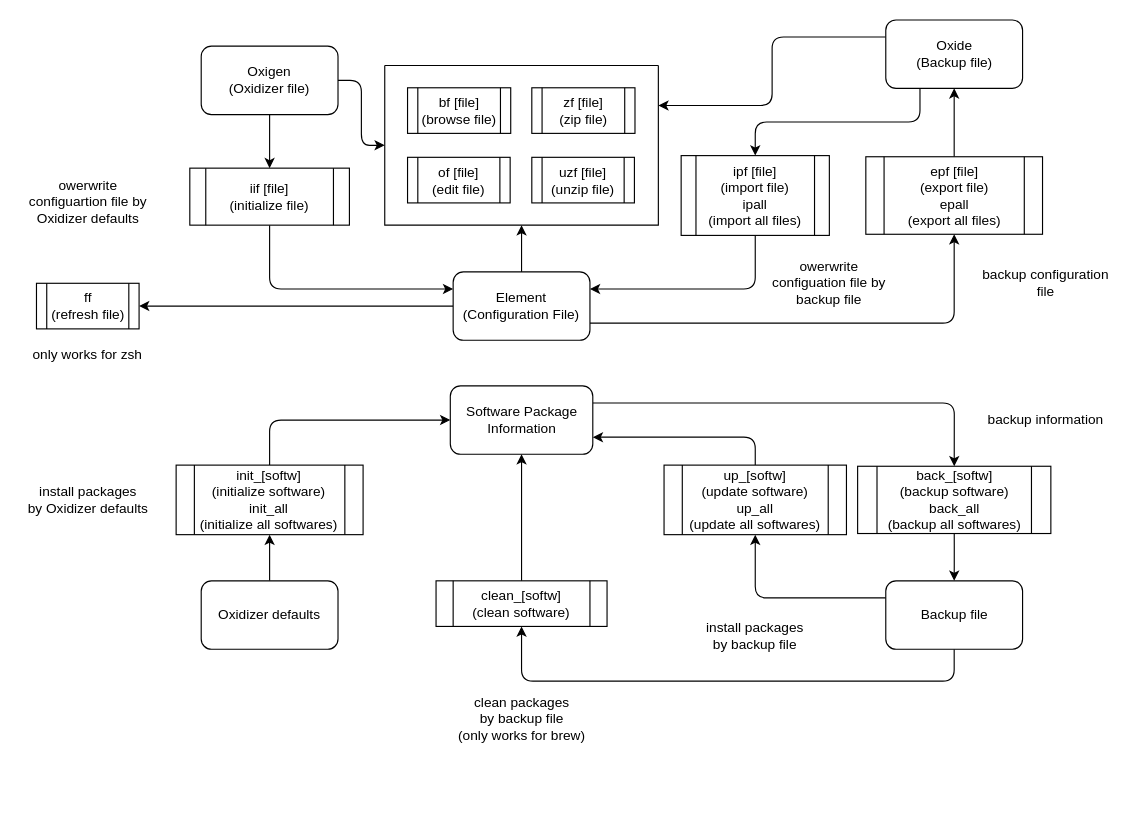
Before: design.drawio in ivaquero/backup, a draw.io diagram. Source tidied: cells renumbered, new cells numbered last; positions are measured from the earlier drawing's top-left corner, leaving out a move shared by most shapes. Both pictures are drawn from the tidied source at 114%, with x=0, y=0 at pixel (19, 19).
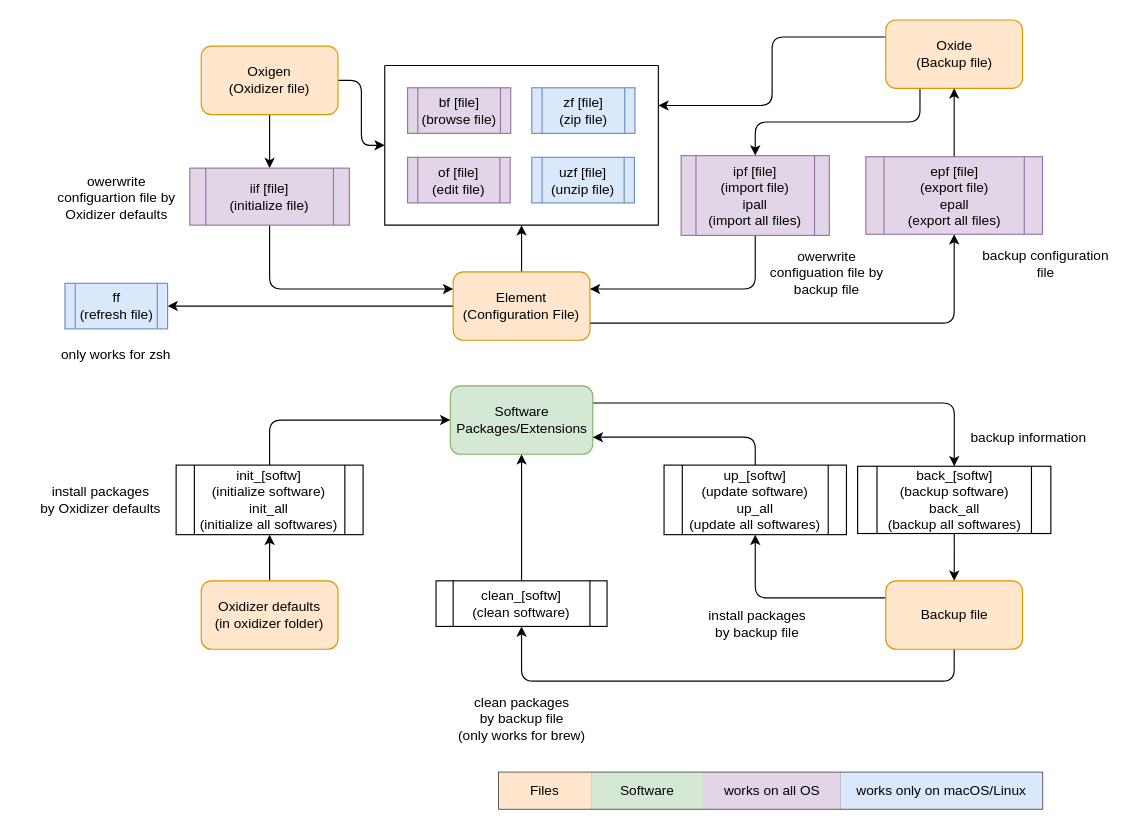
Above is the later version.

Unchanged cells that the change refers to:
```xml
<mxCell id="42" style="swimlane;startSize=0;" parent="1" vertex="1">
  <mxGeometry x="320" y="40" width="240" height="140" as="geometry" />
</mxCell>
```

Diff of the diagram source:
```diff
@@
-    <mxCell id="5" value="Element&lt;br&gt;(Configuration File)" style="rounded=1;whiteSpace=wrap;html=1;" parent="1" vertex="1">
+    <mxCell id="5" value="Element&lt;br&gt;(Configuration File)" style="rounded=1;whiteSpace=wrap;html=1;fillColor=#ffe6cc;strokeColor=#d79b00;" parent="1" vertex="1">
       <mxGeometry x="380" y="221" width="120" height="60" as="geometry" />
     </mxCell>
@@
-    <mxCell id="8" value="Oxide&lt;br&gt;(Backup file)" style="rounded=1;whiteSpace=wrap;html=1;" parent="1" vertex="1">
+    <mxCell id="8" value="Oxide&lt;br&gt;(Backup file)" style="rounded=1;whiteSpace=wrap;html=1;fillColor=#ffe6cc;strokeColor=#d79b00;" parent="1" vertex="1">
       <mxGeometry x="759.5" width="120" height="60" as="geometry" />
     </mxCell>
@@
-    <mxCell id="11" value="Oxigen&lt;br&gt;(Oxidizer file)" style="rounded=1;whiteSpace=wrap;html=1;" parent="1" vertex="1">
+    <mxCell id="11" value="Oxigen&lt;br&gt;(Oxidizer file)" style="rounded=1;whiteSpace=wrap;html=1;fillColor=#ffe6cc;strokeColor=#d79b00;" parent="1" vertex="1">
       <mxGeometry x="159" y="23" width="120" height="60" as="geometry" />
     </mxCell>
@@
-    <mxCell id="13" value="iif [file]&lt;br&gt;(initialize file)" style="shape=process;whiteSpace=wrap;html=1;backgroundOutline=1;" parent="1" vertex="1">
+    <mxCell id="13" value="iif [file]&lt;br&gt;(initialize file)" style="shape=process;whiteSpace=wrap;html=1;backgroundOutline=1;fillColor=#e1d5e7;strokeColor=#9673a6;" parent="1" vertex="1">
       <mxGeometry x="149" y="130" width="140" height="50" as="geometry" />
     </mxCell>
     <mxCell id="14" value="owerwrite configuartion file by Oxidizer defaults" style="text;html=1;strokeColor=none;fillColor=none;align=center;verticalAlign=middle;whiteSpace=wrap;rounded=0;" parent="1" vertex="1">
-      <mxGeometry x="-0.5" y="130" width="120" height="60" as="geometry" />
+      <mxGeometry x="24.5" y="126" width="120" height="60" as="geometry" />
     </mxCell>
@@
-    <mxCell id="16" value="epf [file]&lt;br&gt;(export file)&lt;br&gt;epall&lt;br&gt;(export all files)" style="shape=process;whiteSpace=wrap;html=1;backgroundOutline=1;" parent="1" vertex="1">
+    <mxCell id="16" value="epf [file]&lt;br&gt;(export file)&lt;br&gt;epall&lt;br&gt;(export all files)" style="shape=process;whiteSpace=wrap;html=1;backgroundOutline=1;fillColor=#e1d5e7;strokeColor=#9673a6;" parent="1" vertex="1">
       <mxGeometry x="742" y="120" width="155" height="68" as="geometry" />
     </mxCell>
     <mxCell id="17" value="backup configuration file" style="text;html=1;strokeColor=none;fillColor=none;align=center;verticalAlign=middle;whiteSpace=wrap;rounded=0;" parent="1" vertex="1">
-      <mxGeometry x="840" y="211" width="120" height="40" as="geometry" />
+      <mxGeometry x="840" y="194" width="120" height="40" as="geometry" />
     </mxCell>
@@
-    <mxCell id="19" value="ipf [file]&lt;br&gt;(import file)&lt;br&gt;ipall&lt;br&gt;(import all files)" style="shape=process;whiteSpace=wrap;html=1;backgroundOutline=1;" parent="1" vertex="1">
+    <mxCell id="19" value="ipf [file]&lt;br&gt;(import file)&lt;br&gt;ipall&lt;br&gt;(import all files)" style="shape=process;whiteSpace=wrap;html=1;backgroundOutline=1;fillColor=#e1d5e7;strokeColor=#9673a6;" parent="1" vertex="1">
       <mxGeometry x="580" y="119" width="130" height="70" as="geometry" />
     </mxCell>
     <mxCell id="20" value="owerwrite configuation file by backup file" style="text;html=1;strokeColor=none;fillColor=none;align=center;verticalAlign=middle;whiteSpace=wrap;rounded=0;" parent="1" vertex="1">
-      <mxGeometry x="650" y="201" width="120" height="60" as="geometry" />
+      <mxGeometry x="648" y="192" width="120" height="60" as="geometry" />
     </mxCell>
@@
-    <mxCell id="22" value="Software Package&lt;br&gt;Information" style="rounded=1;whiteSpace=wrap;html=1;" parent="1" vertex="1">
+    <mxCell id="22" value="Software &lt;br&gt;Packages/Extensions" style="rounded=1;whiteSpace=wrap;html=1;fillColor=#d5e8d4;strokeColor=#82b366;" parent="1" vertex="1">
       <mxGeometry x="377.5" y="321" width="125" height="60" as="geometry" />
     </mxCell>
@@
-    <mxCell id="26" value="Oxidizer defaults" style="rounded=1;whiteSpace=wrap;html=1;" parent="1" vertex="1">
+    <mxCell id="26" value="Oxidizer defaults&lt;br&gt;(in oxidizer folder)" style="rounded=1;whiteSpace=wrap;html=1;fillColor=#ffe6cc;strokeColor=#d79b00;" parent="1" vertex="1">
       <mxGeometry x="159" y="492" width="120" height="60" as="geometry" />
     </mxCell>
@@
-    <mxCell id="29" value="Backup file" style="rounded=1;whiteSpace=wrap;html=1;" parent="1" vertex="1">
+    <mxCell id="29" value="Backup file" style="rounded=1;whiteSpace=wrap;html=1;fillColor=#ffe6cc;strokeColor=#d79b00;" parent="1" vertex="1">
       <mxGeometry x="759.5" y="492" width="120" height="60" as="geometry" />
     </mxCell>
@@
     <mxCell id="34" value="backup information" style="text;html=1;strokeColor=none;fillColor=none;align=center;verticalAlign=middle;whiteSpace=wrap;rounded=0;" parent="1" vertex="1">
-      <mxGeometry x="840" y="331" width="120" height="40" as="geometry" />
+      <mxGeometry x="825" y="347" width="120" height="40" as="geometry" />
     </mxCell>
     <mxCell id="35" value="install packages&lt;br&gt;by Oxidizer defaults" style="text;html=1;strokeColor=none;fillColor=none;align=center;verticalAlign=middle;whiteSpace=wrap;rounded=0;" parent="1" vertex="1">
-      <mxGeometry x="-0.5" y="396.5" width="120" height="49" as="geometry" />
+      <mxGeometry x="10.5" y="396.5" width="120" height="49" as="geometry" />
     </mxCell>
     <mxCell id="36" value="install packages&lt;br&gt;by backup file" style="text;html=1;strokeColor=none;fillColor=none;align=center;verticalAlign=middle;whiteSpace=wrap;rounded=0;" parent="1" vertex="1">
-      <mxGeometry x="585" y="520" width="120" height="40" as="geometry" />
+      <mxGeometry x="587" y="510" width="120" height="40" as="geometry" />
     </mxCell>
-    <mxCell id="37" value="ff&lt;br&gt;(refresh file)" style="shape=process;whiteSpace=wrap;html=1;backgroundOutline=1;" parent="1" vertex="1">
-      <mxGeometry x="14.5" y="231" width="90" height="40" as="geometry" />
+    <mxCell id="37" value="ff&lt;br&gt;(refresh file)" style="shape=process;whiteSpace=wrap;html=1;backgroundOutline=1;fillColor=#dae8fc;strokeColor=#6c8ebf;" parent="1" vertex="1">
+      <mxGeometry x="39.5" y="231" width="90" height="40" as="geometry" />
     </mxCell>
     <mxCell id="38" value="only works for zsh" style="text;html=1;strokeColor=none;fillColor=none;align=center;verticalAlign=middle;whiteSpace=wrap;rounded=0;" parent="1" vertex="1">
-      <mxGeometry x="7" y="281" width="105" height="26" as="geometry" />
+      <mxGeometry x="32" y="281" width="105" height="26" as="geometry" />
     </mxCell>
@@
-    <mxCell id="43" value="bf [file]&lt;br&gt;(browse file)" style="shape=process;whiteSpace=wrap;html=1;backgroundOutline=1;" parent="42" vertex="1">
+    <mxCell id="43" value="bf [file]&lt;br&gt;(browse file)" style="shape=process;whiteSpace=wrap;html=1;backgroundOutline=1;fillColor=#e1d5e7;strokeColor=#9673a6;" parent="42" vertex="1">
       <mxGeometry x="20" y="19.5" width="90.5" height="40" as="geometry" />
     </mxCell>
-    <mxCell id="44" value="of [file]&lt;br&gt;(edit file)" style="shape=process;whiteSpace=wrap;html=1;backgroundOutline=1;" parent="42" vertex="1">
+    <mxCell id="44" value="of [file]&lt;br&gt;(edit file)" style="shape=process;whiteSpace=wrap;html=1;backgroundOutline=1;fillColor=#e1d5e7;strokeColor=#9673a6;" parent="42" vertex="1">
       <mxGeometry x="20" y="80.5" width="90" height="40" as="geometry" />
     </mxCell>
-    <mxCell id="45" value="zf [file]&lt;br&gt;(zip file)" style="shape=process;whiteSpace=wrap;html=1;backgroundOutline=1;" parent="42" vertex="1">
+    <mxCell id="45" value="zf [file]&lt;br&gt;(zip file)" style="shape=process;whiteSpace=wrap;html=1;backgroundOutline=1;fillColor=#dae8fc;strokeColor=#6c8ebf;" parent="42" vertex="1">
       <mxGeometry x="129" y="19.5" width="90.5" height="40" as="geometry" />
     </mxCell>
-    <mxCell id="46" value="uzf [file]&lt;br&gt;(unzip file)" style="shape=process;whiteSpace=wrap;html=1;backgroundOutline=1;" parent="42" vertex="1">
+    <mxCell id="46" value="uzf [file]&lt;br&gt;(unzip file)" style="shape=process;whiteSpace=wrap;html=1;backgroundOutline=1;fillColor=#dae8fc;strokeColor=#6c8ebf;" parent="42" vertex="1">
       <mxGeometry x="129" y="80.5" width="90" height="40" as="geometry" />
     </mxCell>
+    <mxCell id="47" style="shape=table;html=1;whiteSpace=wrap;startSize=0;childLayout=tableLayout;" parent="1" vertex="1">
+      <mxGeometry x="420" y="660" width="477" height="32" as="geometry" />
+    </mxCell>
+    <mxCell id="48" style="shape=partialRectangle;html=1;whiteSpace=wrap;fillColor=none;top=0;left=0;bottom=0;right=0;" parent="47" vertex="1">
+      <mxGeometry width="477" height="32" as="geometry" />
+    </mxCell>
+    <mxCell id="49" value="Files" style="shape=partialRectangle;html=1;whiteSpace=wrap;fillColor=#ffe6cc;top=0;left=0;bottom=0;right=0;overflow=hidden;strokeColor=#d79b00;" parent="48" vertex="1">
+      <mxGeometry width="81" height="32" as="geometry" />
+    </mxCell>
+    <mxCell id="50" value="&lt;span&gt;Software&lt;/span&gt;" style="shape=partialRectangle;html=1;whiteSpace=wrap;fillColor=#d5e8d4;top=0;left=0;bottom=0;right=0;overflow=hidden;strokeColor=#82b366;" parent="48" vertex="1">
+      <mxGeometry x="81" width="99" height="32" as="geometry" />
+    </mxCell>
+    <mxCell id="51" value="&lt;span&gt;works on all OS&lt;/span&gt;" style="shape=partialRectangle;html=1;whiteSpace=wrap;fillColor=#e1d5e7;top=0;left=0;bottom=0;right=0;overflow=hidden;strokeColor=#9673a6;" parent="48" vertex="1">
+      <mxGeometry x="180" width="120" height="32" as="geometry" />
+    </mxCell>
+    <mxCell id="52" value="&lt;span&gt;works only on macOS/Linux&lt;/span&gt;" style="shape=partialRectangle;html=1;whiteSpace=wrap;fillColor=#dae8fc;top=0;left=0;bottom=0;right=0;overflow=hidden;strokeColor=#6c8ebf;" parent="48" vertex="1">
+      <mxGeometry x="300" width="177" height="32" as="geometry" />
+    </mxCell>
```
